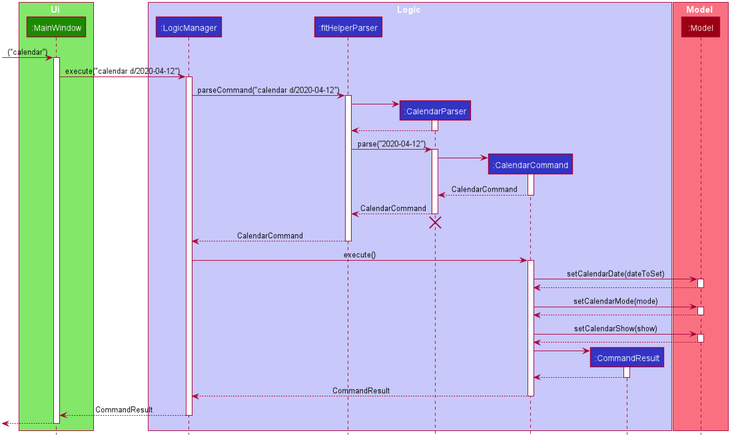
The PlantUML diagram docs/images/CalendarSequenceDiagram.png in nus-cs2103-AY1920S2/addressbook-level3, before a commit.
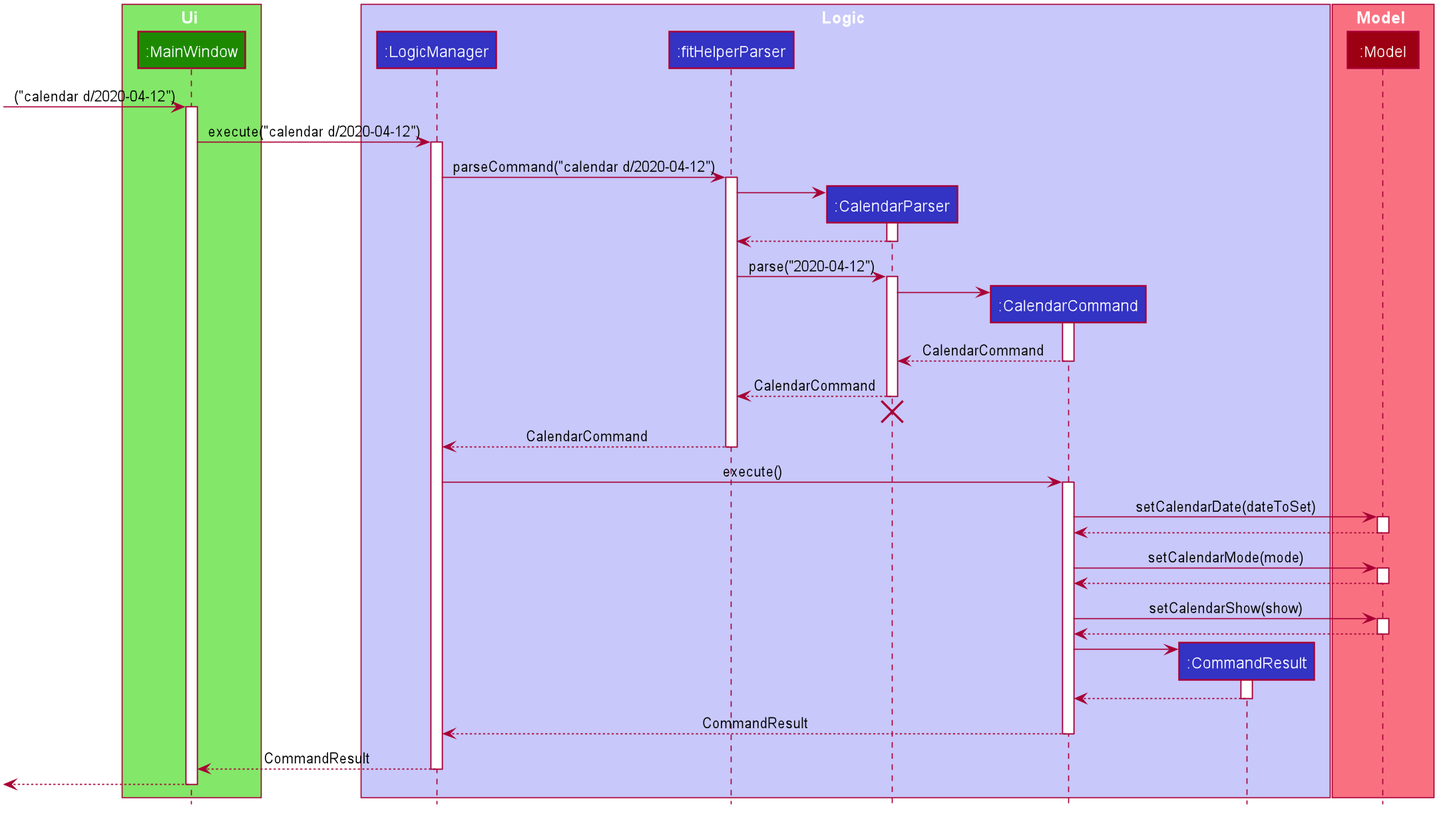
Later version of the same file.

Diff of the diagram source:
```diff
@@ -64,7 +64,7 @@
 participant ":Model" as Model #9D0012
 end box
 
-[-> MainWindow : ("calendar")
+[-> MainWindow : ("calendar d/2020-04-12")
 activate MainWindow
 
 MainWindow -> LogicManager : execute("calendar d/2020-04-12")
```
